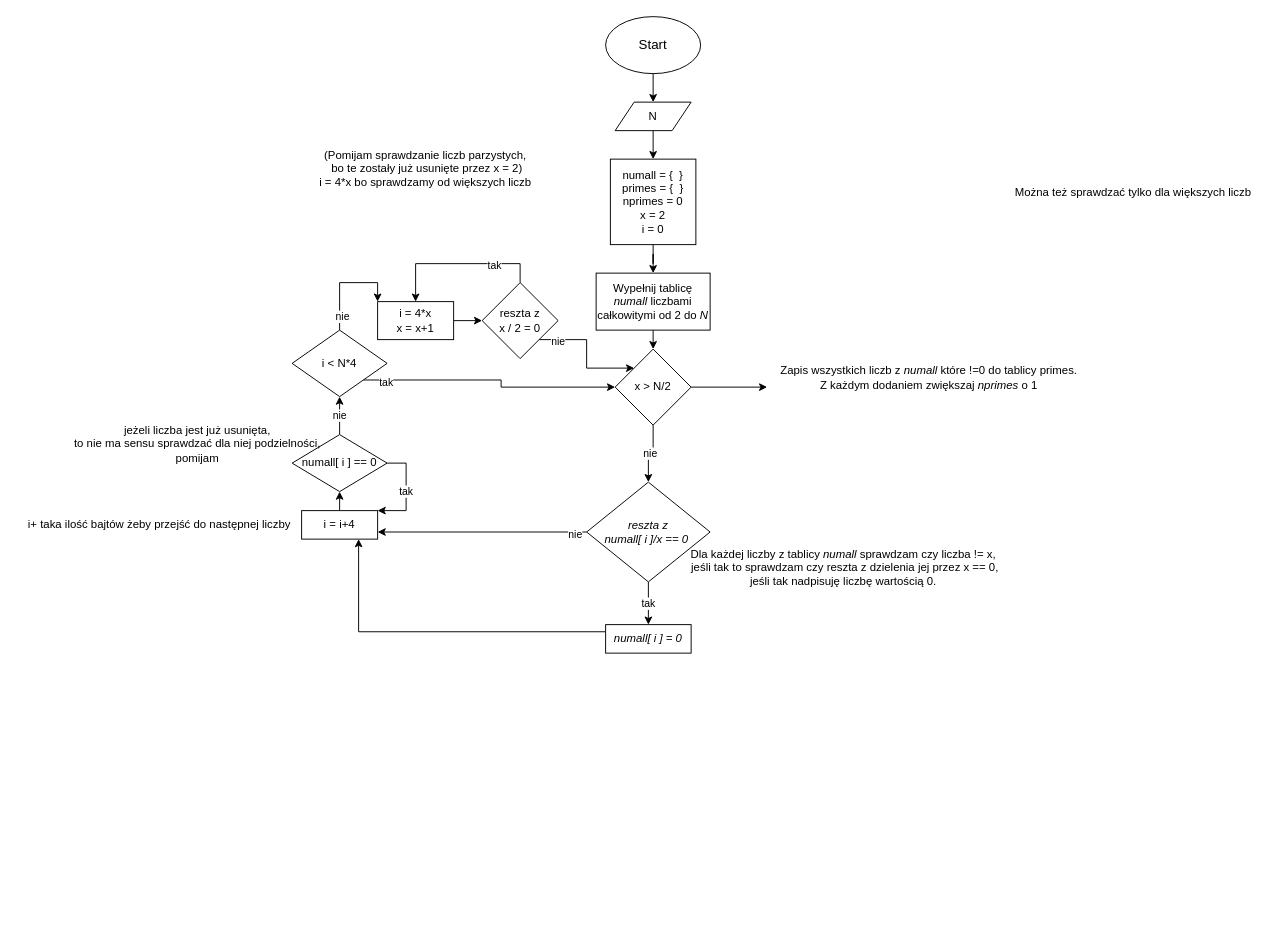
The draw.io diagram diagram.drawio in JanMaciuk/Assembly_MIPS_Task2, before the edit. Source tidied: cells renumbered, new cells numbered last; positions are measured from the earlier drawing's top-left corner, leaving out a move shared by most shapes. Both pictures are drawn from the tidied source at 95%, with x=0, y=0 at pixel (16, 16).
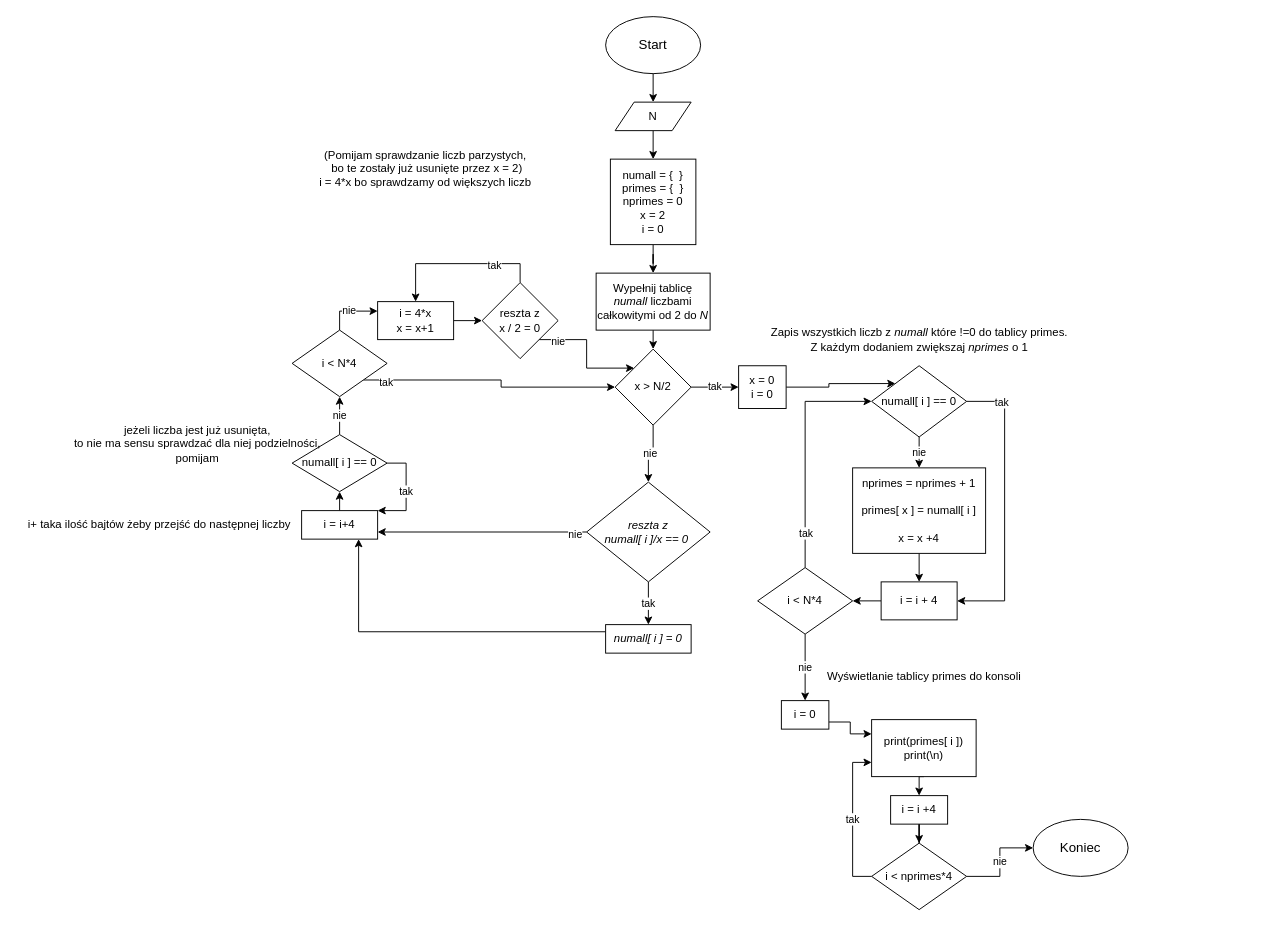
The same diagram, later.

The change refers to these unchanged cells:
```xml
<mxCell id="20" value="x &amp;gt; N/2" style="rhombus;whiteSpace=wrap;html=1;" parent="1" vertex="1">
  <mxGeometry x="630" y="350" width="80" height="80" as="geometry" />
</mxCell>
<mxCell id="25" value="i &amp;lt; N*4" style="rhombus;whiteSpace=wrap;html=1;" parent="1" vertex="1">
  <mxGeometry x="290" y="330" width="100" height="70" as="geometry" />
</mxCell>
<mxCell id="29" value="i = 4*x&lt;br&gt;x = x+1" style="rounded=0;whiteSpace=wrap;html=1;" parent="1" vertex="1">
  <mxGeometry x="380" y="300" width="80" height="40" as="geometry" />
</mxCell>
```

What changed in the source:
```diff
@@
-    <mxCell id="18" style="edgeStyle=orthogonalEdgeStyle;rounded=0;jettySize=auto;html=1;exitX=1;exitY=0.5;exitDx=0;exitDy=0;" parent="1" edge="1" source="20">
-      <mxGeometry relative="1" as="geometry">
-        <mxPoint x="790" y="390" as="targetPoint" />
-      </mxGeometry>
+    <mxCell id="18" value="tak" style="edgeStyle=orthogonalEdgeStyle;rounded=0;jettySize=auto;html=1;exitX=1;exitY=0.5;exitDx=0;exitDy=0;entryX=0;entryY=0.5;entryDx=0;entryDy=0;" parent="1" edge="1" source="20" target="43">
+      <mxGeometry relative="1" as="geometry" />
     </mxCell>
@@
-    <mxCell id="23" style="edgeStyle=orthogonalEdgeStyle;rounded=0;jettySize=auto;html=1;exitX=0.5;exitY=0;exitDx=0;exitDy=0;entryX=0;entryY=0;entryDx=0;entryDy=0;" parent="1" edge="1" source="25" target="29">
+    <mxCell id="23" value="nie" style="edgeStyle=orthogonalEdgeStyle;rounded=0;jettySize=auto;html=1;exitX=0.5;exitY=0;exitDx=0;exitDy=0;entryX=0;entryY=0.25;entryDx=0;entryDy=0;" parent="1" edge="1" source="25" target="29">
       <mxGeometry relative="1" as="geometry" />
     </mxCell>
-    <mxCell id="24" value="nie" style="edgeLabel;html=1;align=center;verticalAlign=middle;" parent="23" vertex="1">
-      <mxGeometry x="-0.72" y="-2" relative="1" as="geometry" />
-    </mxCell>
@@
-    <mxCell id="27" value="Dla każdej liczby z tablicy&amp;nbsp;&lt;i style=&quot;&quot;&gt;numall&amp;nbsp;&lt;/i&gt;&lt;span style=&quot;&quot;&gt;sprawdzam czy liczba != x,&lt;/span&gt;&lt;br style=&quot;&quot;&gt;&lt;span style=&quot;&quot;&gt;&amp;nbsp;jeśli tak to sprawdzam czy reszta z dzielenia jej przez x == 0, &lt;br&gt;jeśli tak nadpisuję liczbę wartością 0.&lt;/span&gt;" style="text;html=1;align=center;verticalAlign=middle;strokeColor=none;fillColor=none;" parent="1" vertex="1">
-      <mxGeometry x="695" y="550" width="350" height="60" as="geometry" />
-    </mxCell>
@@
     <mxCell id="35" value="Zapis wszystkich liczb z &lt;i&gt;numall&lt;/i&gt;&amp;nbsp;które !=0 do tablicy primes.&lt;br&gt;Z każdym dodaniem zwiększaj &lt;i&gt;nprimes&lt;/i&gt;&amp;nbsp;o 1" style="text;html=1;align=center;verticalAlign=middle;strokeColor=none;fillColor=none;" parent="1" vertex="1">
-      <mxGeometry x="790" y="360" width="340" height="40" as="geometry" />
+      <mxGeometry x="780" y="320" width="340" height="40" as="geometry" />
     </mxCell>
-    <mxCell id="36" value="Można też sprawdzać tylko dla większych liczb" style="text;html=1;align=center;verticalAlign=middle;strokeColor=none;fillColor=none;" parent="1" vertex="1">
-      <mxGeometry x="1040" y="170" width="270" height="30" as="geometry" />
-    </mxCell>
@@
+    <mxCell id="42" style="edgeStyle=orthogonalEdgeStyle;rounded=0;jettySize=auto;html=1;exitX=1;exitY=0.5;exitDx=0;exitDy=0;entryX=0;entryY=0;entryDx=0;entryDy=0;" parent="1" edge="1" source="43" target="47">
+      <mxGeometry relative="1" as="geometry" />
+    </mxCell>
+    <mxCell id="43" value="x = 0&lt;br&gt;i = 0" style="rounded=0;whiteSpace=wrap;html=1;" parent="1" vertex="1">
+      <mxGeometry x="760" y="367.5" width="50" height="45" as="geometry" />
+    </mxCell>
+    <mxCell id="44" value="nie" style="edgeStyle=orthogonalEdgeStyle;rounded=0;jettySize=auto;html=1;exitX=0.5;exitY=1;exitDx=0;exitDy=0;entryX=0.5;entryY=0;entryDx=0;entryDy=0;" parent="1" edge="1" source="47" target="49">
+      <mxGeometry relative="1" as="geometry" />
+    </mxCell>
+    <mxCell id="45" style="edgeStyle=orthogonalEdgeStyle;rounded=0;jettySize=auto;html=1;exitX=1;exitY=0.5;exitDx=0;exitDy=0;entryX=1;entryY=0.5;entryDx=0;entryDy=0;" parent="1" edge="1" source="47" target="51">
+      <mxGeometry relative="1" as="geometry">
+        <Array as="points">
+          <mxPoint x="1040" y="405" />
+          <mxPoint x="1040" y="615" />
+        </Array>
+      </mxGeometry>
+    </mxCell>
+    <mxCell id="46" value="tak" style="edgeLabel;html=1;align=center;verticalAlign=middle;" parent="45" vertex="1">
+      <mxGeometry x="-0.76" relative="1" as="geometry" />
+    </mxCell>
+    <mxCell id="47" value="numall[ i ] == 0" style="rhombus;whiteSpace=wrap;html=1;" parent="1" vertex="1">
+      <mxGeometry x="900" y="367.5" width="100" height="75" as="geometry" />
+    </mxCell>
+    <mxCell id="48" style="edgeStyle=orthogonalEdgeStyle;rounded=0;jettySize=auto;html=1;exitX=0.5;exitY=1;exitDx=0;exitDy=0;entryX=0.5;entryY=0;entryDx=0;entryDy=0;" parent="1" edge="1" source="49" target="51">
+      <mxGeometry relative="1" as="geometry" />
+    </mxCell>
+    <mxCell id="49" value="nprimes = nprimes + 1&lt;br&gt;&lt;br&gt;primes[ x ] = numall[ i ]&lt;br&gt;&lt;br&gt;x = x +4" style="rounded=0;whiteSpace=wrap;html=1;" parent="1" vertex="1">
+      <mxGeometry x="880" y="475" width="140" height="90" as="geometry" />
+    </mxCell>
+    <mxCell id="50" style="edgeStyle=orthogonalEdgeStyle;rounded=0;jettySize=auto;html=1;exitX=0;exitY=0.5;exitDx=0;exitDy=0;entryX=1;entryY=0.5;entryDx=0;entryDy=0;" parent="1" edge="1" source="51" target="55">
+      <mxGeometry relative="1" as="geometry" />
+    </mxCell>
+    <mxCell id="51" value="i = i + 4" style="rounded=0;whiteSpace=wrap;html=1;" parent="1" vertex="1">
+      <mxGeometry x="910" y="595" width="80" height="40" as="geometry" />
+    </mxCell>
+    <mxCell id="52" style="edgeStyle=orthogonalEdgeStyle;rounded=0;jettySize=auto;html=1;exitX=0.5;exitY=0;exitDx=0;exitDy=0;entryX=0;entryY=0.5;entryDx=0;entryDy=0;" parent="1" edge="1" source="55" target="47">
+      <mxGeometry relative="1" as="geometry" />
+    </mxCell>
+    <mxCell id="53" value="tak" style="edgeLabel;html=1;align=center;verticalAlign=middle;" parent="52" vertex="1">
+      <mxGeometry x="-0.7" relative="1" as="geometry" />
+    </mxCell>
+    <mxCell id="54" value="nie" style="edgeStyle=orthogonalEdgeStyle;rounded=0;jettySize=auto;html=1;exitX=0.5;exitY=1;exitDx=0;exitDy=0;entryX=0.5;entryY=0;entryDx=0;entryDy=0;" parent="1" edge="1" source="55" target="58">
+      <mxGeometry relative="1" as="geometry" />
+    </mxCell>
+    <mxCell id="55" value="i &amp;lt; N*4" style="rhombus;whiteSpace=wrap;html=1;" parent="1" vertex="1">
+      <mxGeometry x="780" y="580" width="100" height="70" as="geometry" />
+    </mxCell>
+    <mxCell id="56" value="Wyświetlanie tablicy primes do konsoli" style="text;html=1;align=center;verticalAlign=middle;strokeColor=none;fillColor=none;" parent="1" vertex="1">
+      <mxGeometry x="840" y="680" width="230" height="30" as="geometry" />
+    </mxCell>
+    <mxCell id="57" style="edgeStyle=orthogonalEdgeStyle;rounded=0;jettySize=auto;html=1;exitX=1;exitY=0.75;exitDx=0;exitDy=0;entryX=0;entryY=0.25;entryDx=0;entryDy=0;" parent="1" edge="1" source="58" target="63">
+      <mxGeometry relative="1" as="geometry" />
+    </mxCell>
+    <mxCell id="58" value="i = 0" style="rounded=0;whiteSpace=wrap;html=1;" parent="1" vertex="1">
+      <mxGeometry x="805" y="720" width="50" height="30" as="geometry" />
+    </mxCell>
+    <mxCell id="59" value="nie" style="edgeStyle=orthogonalEdgeStyle;rounded=0;jettySize=auto;html=1;exitX=1;exitY=0.5;exitDx=0;exitDy=0;" parent="1" edge="1" source="61" target="64">
+      <mxGeometry relative="1" as="geometry" />
+    </mxCell>
+    <mxCell id="60" value="tak" style="edgeStyle=orthogonalEdgeStyle;rounded=0;jettySize=auto;html=1;exitX=0;exitY=0.5;exitDx=0;exitDy=0;entryX=0;entryY=0.75;entryDx=0;entryDy=0;" parent="1" edge="1" source="61" target="63">
+      <mxGeometry relative="1" as="geometry" />
+    </mxCell>
+    <mxCell id="61" value="i &amp;lt; nprimes*4" style="rhombus;whiteSpace=wrap;html=1;" parent="1" vertex="1">
+      <mxGeometry x="900" y="870" width="100" height="70" as="geometry" />
+    </mxCell>
+    <mxCell id="62" style="edgeStyle=orthogonalEdgeStyle;rounded=0;jettySize=auto;html=1;exitX=0.5;exitY=1;exitDx=0;exitDy=0;entryX=0.5;entryY=0;entryDx=0;entryDy=0;" parent="1" edge="1" source="63" target="66">
+      <mxGeometry relative="1" as="geometry" />
+    </mxCell>
+    <mxCell id="63" value="print(primes[ i ])&lt;br&gt;print(\n)" style="rounded=0;whiteSpace=wrap;html=1;" parent="1" vertex="1">
+      <mxGeometry x="900" y="740" width="110" height="60" as="geometry" />
+    </mxCell>
+    <mxCell id="64" value="Koniec" style="ellipse;whiteSpace=wrap;html=1;fontSize=14;" parent="1" vertex="1">
+      <mxGeometry x="1070" y="845" width="100" height="60" as="geometry" />
+    </mxCell>
+    <mxCell id="65" style="edgeStyle=orthogonalEdgeStyle;rounded=0;jettySize=auto;html=1;exitX=0.5;exitY=1;exitDx=0;exitDy=0;" parent="1" edge="1" source="66" target="61">
+      <mxGeometry relative="1" as="geometry" />
+    </mxCell>
+    <mxCell id="66" value="i = i +4" style="rounded=0;whiteSpace=wrap;html=1;" parent="1" vertex="1">
+      <mxGeometry x="920" y="820" width="60" height="30" as="geometry" />
+    </mxCell>
```
